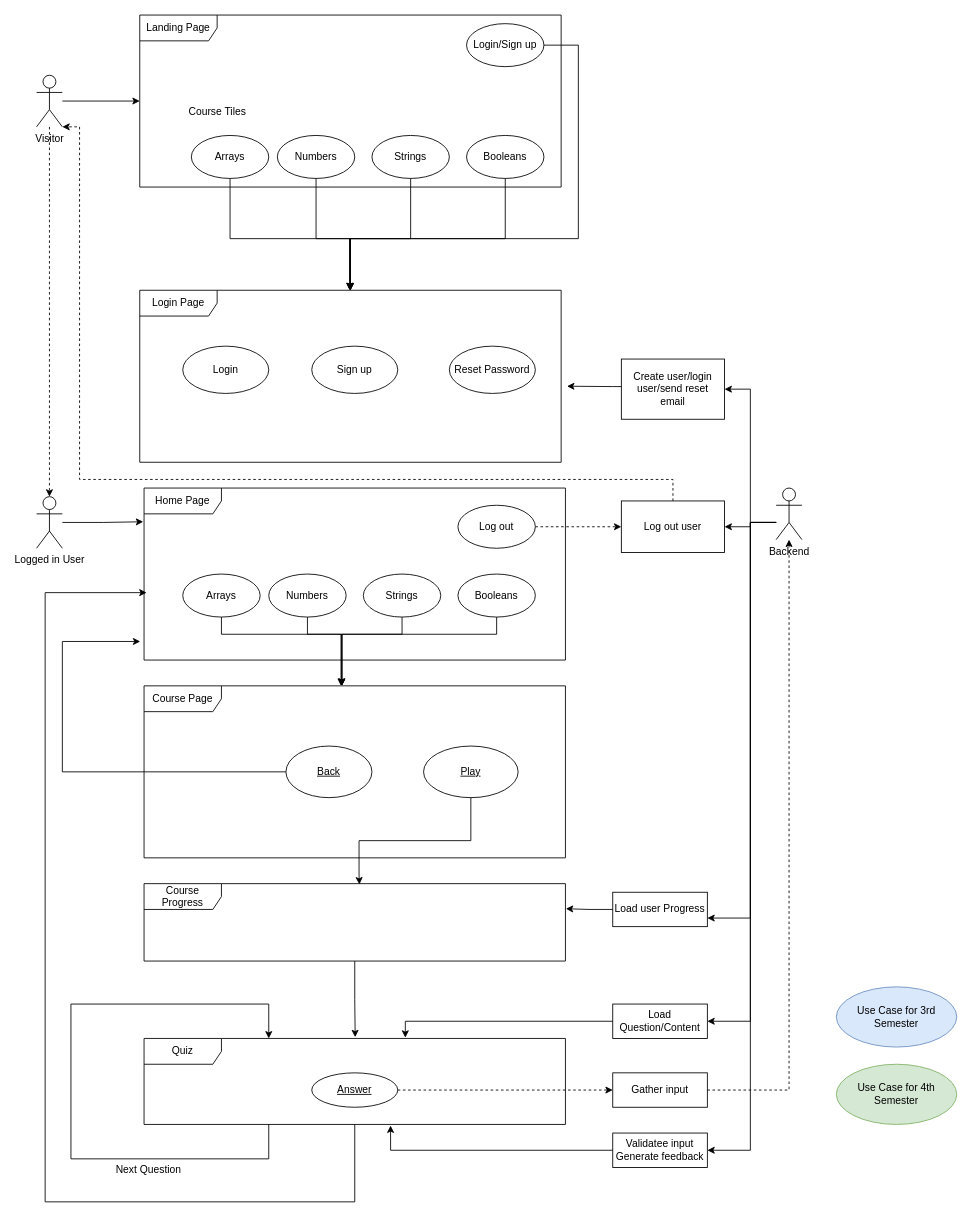
The draw.io diagram page "Page-2" (2 of 2) of UseCases/Untitled Diagram.drawio in Ehsangood1/IDiscovery, before the edit. Source tidied: cells renumbered, new cells numbered last; positions are measured from the earlier drawing's top-left corner, leaving out a move shared by most shapes. Both pictures are drawn from the tidied source at 86%, with x=0, y=0 at pixel (36, 15).
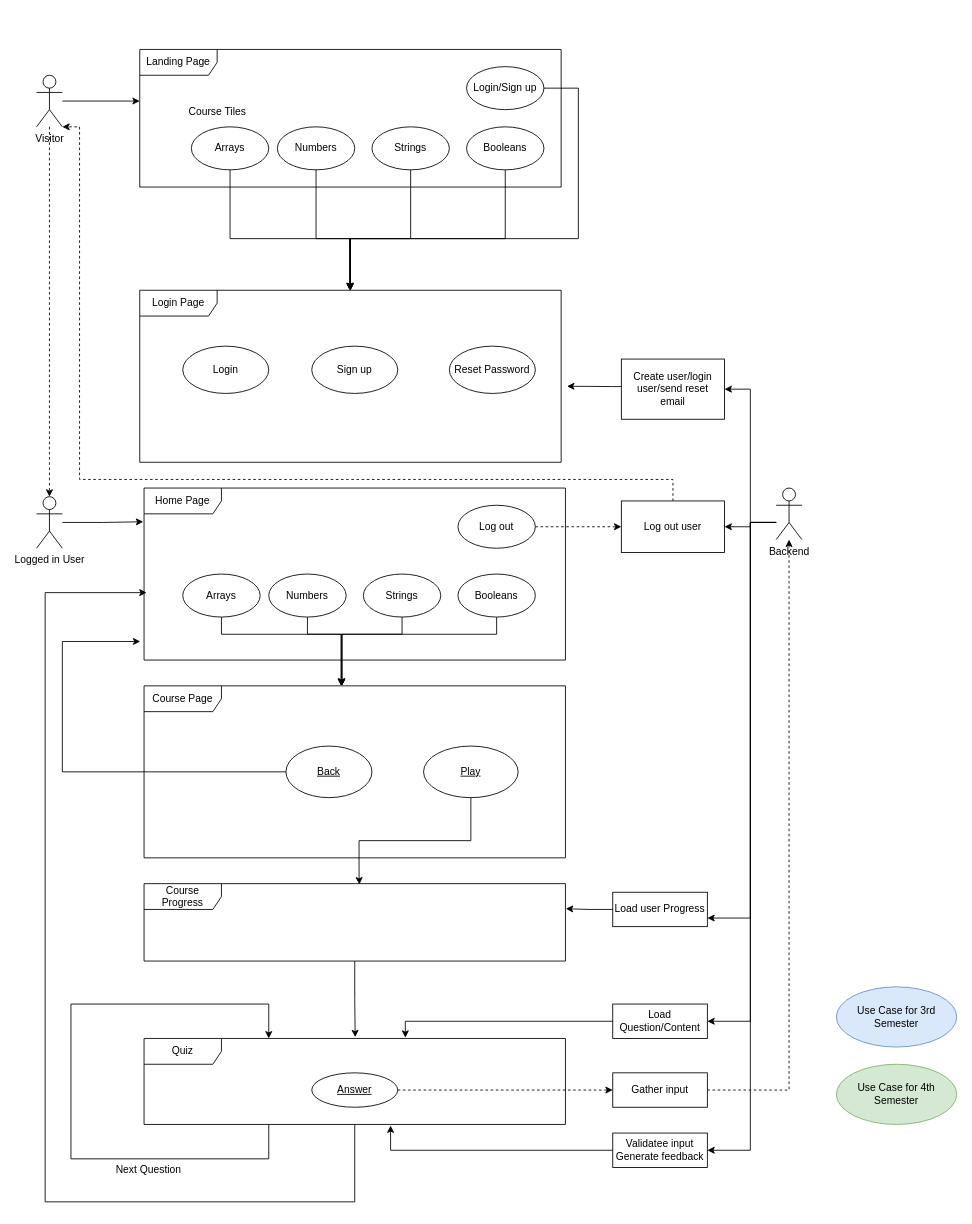
After the change.

The change refers to these unchanged cells:
```xml
<mxCell id="11" value="Visitor" style="shape=umlActor;verticalLabelPosition=bottom;verticalAlign=top;html=1;" parent="1" vertex="1">
  <mxGeometry y="70" width="30" height="60" as="geometry" />
</mxCell>
<mxCell id="12" value="Login Page" style="shape=umlFrame;whiteSpace=wrap;html=1;width=90;height=30;" parent="1" vertex="1">
  <mxGeometry x="120" y="320" width="490" height="200" as="geometry" />
</mxCell>
```

Change to the diagram source:
```diff
@@
     <mxCell id="2" value="Landing Page" style="shape=umlFrame;whiteSpace=wrap;html=1;width=90;height=30;" parent="1" vertex="1">
-      <mxGeometry x="120" width="490" height="200" as="geometry" />
+      <mxGeometry x="120" y="40" width="490" height="160" as="geometry" />
     </mxCell>
     <mxCell id="3" value="Login/Sign up" style="ellipse;whiteSpace=wrap;html=1;" parent="1" vertex="1">
-      <mxGeometry x="500" y="10" width="90" height="50" as="geometry" />
+      <mxGeometry x="500" y="60" width="90" height="50" as="geometry" />
     </mxCell>
     <mxCell id="4" value="Booleans" style="ellipse;whiteSpace=wrap;html=1;" parent="1" vertex="1">
-      <mxGeometry x="500" y="140" width="90" height="50" as="geometry" />
+      <mxGeometry x="500" y="130" width="90" height="50" as="geometry" />
     </mxCell>
     <mxCell id="5" value="Strings" style="ellipse;whiteSpace=wrap;html=1;" parent="1" vertex="1">
-      <mxGeometry x="390" y="140" width="90" height="50" as="geometry" />
+      <mxGeometry x="390" y="130" width="90" height="50" as="geometry" />
     </mxCell>
     <mxCell id="6" value="Numbers" style="ellipse;whiteSpace=wrap;html=1;" parent="1" vertex="1">
-      <mxGeometry x="280" y="140" width="90" height="50" as="geometry" />
+      <mxGeometry x="280" y="130" width="90" height="50" as="geometry" />
     </mxCell>
@@
     <mxCell id="8" value="Arrays" style="ellipse;whiteSpace=wrap;html=1;" parent="1" vertex="1">
-      <mxGeometry x="180" y="140" width="90" height="50" as="geometry" />
+      <mxGeometry x="180" y="130" width="90" height="50" as="geometry" />
     </mxCell>
@@
     <mxCell id="10" style="edgeStyle=orthogonalEdgeStyle;rounded=0;jettySize=auto;html=1;" parent="1" edge="1" source="11" target="2">
-      <mxGeometry relative="1" as="geometry" />
+      <mxGeometry relative="1" as="geometry">
+        <Array as="points">
+          <mxPoint x="110" y="100" />
+          <mxPoint x="110" y="100" />
+        </Array>
+      </mxGeometry>
     </mxCell>
@@
-    <mxCell id="19" style="edgeStyle=orthogonalEdgeStyle;rounded=0;jettySize=auto;html=1;entryX=0.5;entryY=0.002;entryDx=0;entryDy=0;entryPerimeter=0;" parent="1" edge="1" source="3" target="12">
+    <mxCell id="19" style="edgeStyle=orthogonalEdgeStyle;rounded=0;jettySize=auto;html=1;entryX=0.5;entryY=0.002;entryDx=0;entryDy=0;entryPerimeter=0;exitX=1;exitY=0.5;exitDx=0;exitDy=0;" parent="1" edge="1" source="3" target="12">
       <mxGeometry relative="1" as="geometry">
         <Array as="points">
-          <mxPoint x="630" y="35" />
+          <mxPoint x="630" y="85" />
           <mxPoint x="630" y="260" />
           <mxPoint x="365" y="260" />
         </Array>
       </mxGeometry>
     </mxCell>
```
